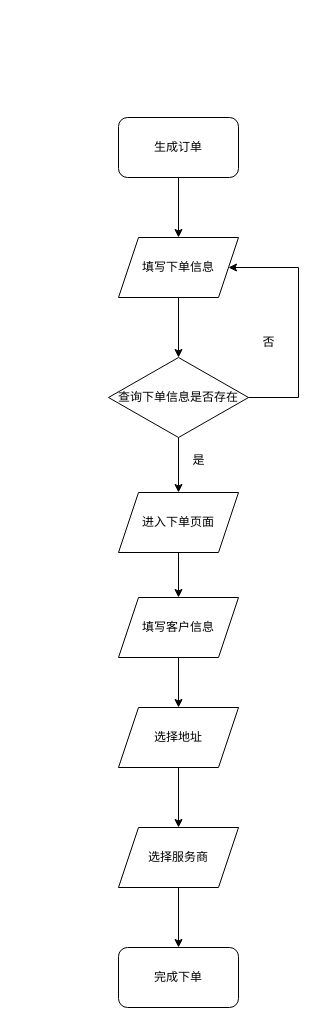
The draw.io diagram 生成订单流程.drawio in Wolfeather/blog, before the edit. Source tidied: cells renumbered, new cells numbered last; positions are measured from the earlier drawing's top-left corner, leaving out a move shared by most shapes. Both pictures are drawn from the tidied source at 100%, with x=0, y=0 at pixel (108, 117).
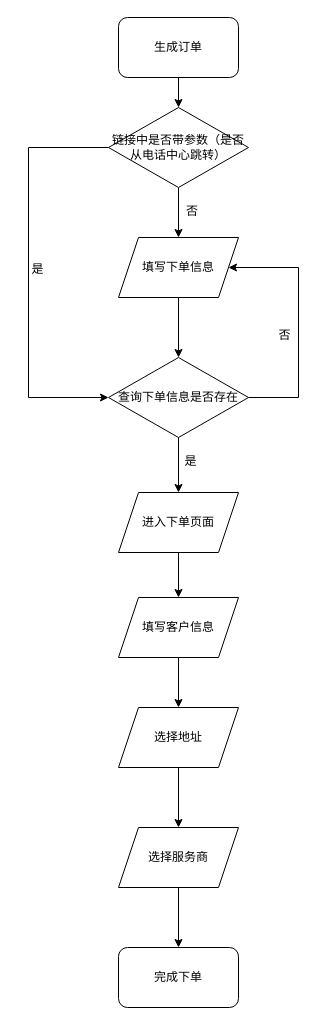
After the change.

Commit message:
更新生成订单流程.drawio

Unchanged cells that the change refers to:
```xml
<mxCell id="3" value="填写下单信息" style="shape=parallelogram;perimeter=parallelogramPerimeter;whiteSpace=wrap;html=1;fixedSize=1;" parent="1" vertex="1">
  <mxGeometry x="10" y="120" width="120" height="60" as="geometry" />
</mxCell>
<mxCell id="4" value="查询下单信息是否存在" style="rhombus;whiteSpace=wrap;html=1;" parent="1" vertex="1">
  <mxGeometry y="240" width="140" height="80" as="geometry" />
</mxCell>
```

What changed in the source:
```diff
@@
     <mxCell id="2" value="生成订单" style="rounded=1;whiteSpace=wrap;html=1;" parent="1" vertex="1">
-      <mxGeometry x="10" width="120" height="60" as="geometry" />
+      <mxGeometry x="10" y="-100" width="120" height="60" as="geometry" />
     </mxCell>
@@
-    <mxCell id="10" style="endArrow=classic;html=1;rounded=0;entryX=0.5;entryY=0;entryDx=0;entryDy=0;exitX=0.5;exitY=1;exitDx=0;exitDy=0;" parent="1" edge="1" source="2" target="3">
+    <mxCell id="10" style="endArrow=classic;html=1;rounded=0;entryX=0.5;entryY=0;entryDx=0;entryDy=0;exitX=0.5;exitY=1;exitDx=0;exitDy=0;" parent="1" edge="1" source="21" target="3">
       <mxGeometry relative="1" as="geometry" />
     </mxCell>
@@
     <mxCell id="17" value="是" style="text;html=1;align=center;verticalAlign=middle;strokeColor=none;fillColor=none;" parent="1" vertex="1">
-      <mxGeometry x="70" y="328" width="40" height="30" as="geometry" />
+      <mxGeometry x="62" y="329" width="40" height="30" as="geometry" />
     </mxCell>
@@
     <mxCell id="19" value="否" style="text;html=1;align=center;verticalAlign=middle;strokeColor=none;fillColor=none;" parent="1" vertex="1">
-      <mxGeometry x="140" y="210" width="40" height="30" as="geometry" />
+      <mxGeometry x="156" y="203" width="40" height="30" as="geometry" />
     </mxCell>
+    <mxCell id="20" style="endArrow=classic;html=1;rounded=0;entryX=0.5;entryY=0;entryDx=0;entryDy=0;exitX=0.5;exitY=1;exitDx=0;exitDy=0;" parent="1" edge="1" source="2" target="21">
+      <mxGeometry relative="1" as="geometry" />
+    </mxCell>
+    <mxCell id="21" value="链接中是否带参数（是否从电话中心跳转）" style="rhombus;whiteSpace=wrap;html=1;" parent="1" vertex="1">
+      <mxGeometry y="-10" width="140" height="80" as="geometry" />
+    </mxCell>
+    <mxCell id="22" value="否" style="text;html=1;strokeColor=none;fillColor=none;align=center;verticalAlign=middle;whiteSpace=wrap;rounded=0;" parent="1" vertex="1">
+      <mxGeometry x="54" y="79" width="60" height="30" as="geometry" />
+    </mxCell>
+    <mxCell id="23" style="endArrow=classic;html=1;rounded=0;exitX=0;exitY=0.5;exitDx=0;exitDy=0;entryX=0;entryY=0.5;entryDx=0;entryDy=0;" parent="1" edge="1" source="21" target="4">
+      <mxGeometry relative="1" as="geometry">
+        <Array as="points">
+          <mxPoint x="-80" y="30" />
+          <mxPoint x="-80" y="280" />
+        </Array>
+      </mxGeometry>
+    </mxCell>
+    <mxCell id="24" value="是" style="text;html=1;align=center;verticalAlign=middle;strokeColor=none;fillColor=none;" parent="1" vertex="1">
+      <mxGeometry x="-91" y="137" width="40" height="30" as="geometry" />
+    </mxCell>
```
